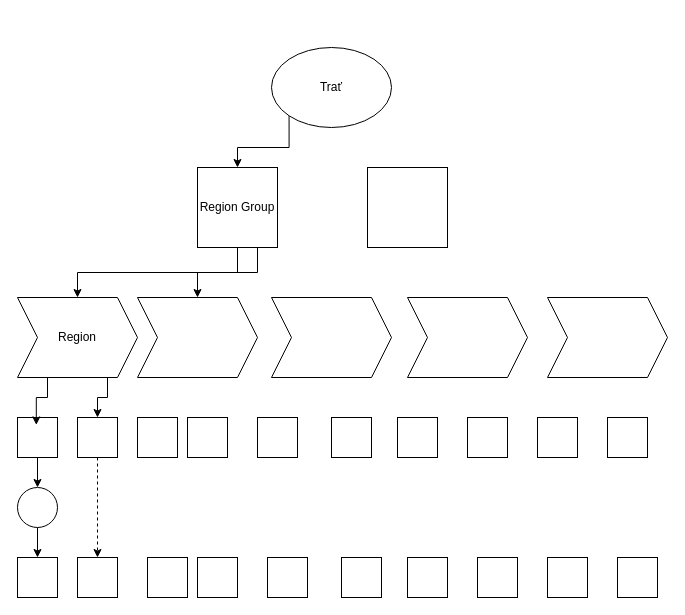
The draw.io diagram ProjectOverview.drawio in Simon-Sak/drawio-diagram-thesis, before the edit. Source tidied: cells renumbered, new cells numbered last; positions are measured from the earlier drawing's top-left corner, leaving out a move shared by most shapes. Both pictures are drawn from the tidied source at 100%, with x=0, y=0 at pixel (17, 47).
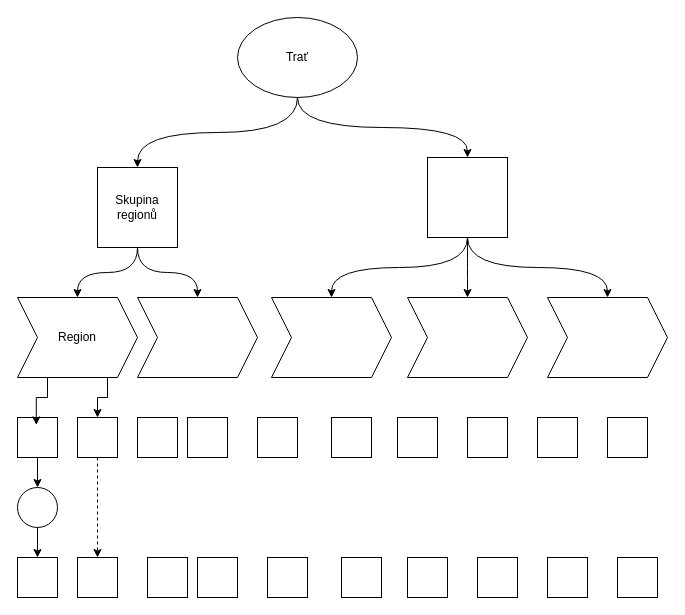
After the change.

Unchanged cells that the change refers to:
```xml
<mxCell id="9" value="Region" style="shape=step;perimeter=stepPerimeter;whiteSpace=wrap;html=1;fixedSize=1;" parent="1" vertex="1">
  <mxGeometry y="250" width="120" height="80" as="geometry" />
</mxCell>
<mxCell id="10" style="shape=step;perimeter=stepPerimeter;whiteSpace=wrap;html=1;fixedSize=1;" parent="1" vertex="1">
  <mxGeometry x="120" y="250" width="120" height="80" as="geometry" />
</mxCell>
<mxCell id="11" style="shape=step;perimeter=stepPerimeter;whiteSpace=wrap;html=1;fixedSize=1;" parent="1" vertex="1">
  <mxGeometry x="254" y="250" width="120" height="80" as="geometry" />
</mxCell>
<mxCell id="12" style="shape=step;perimeter=stepPerimeter;whiteSpace=wrap;html=1;fixedSize=1;" parent="1" vertex="1">
  <mxGeometry x="390" y="250" width="120" height="80" as="geometry" />
</mxCell>
<mxCell id="13" style="shape=step;perimeter=stepPerimeter;whiteSpace=wrap;html=1;fixedSize=1;" parent="1" vertex="1">
  <mxGeometry x="530" y="250" width="120" height="80" as="geometry" />
</mxCell>
```

What changed in the source:
```diff
@@
-    <mxCell id="2" style="edgeStyle=orthogonalEdgeStyle;rounded=0;jettySize=auto;html=1;exitX=0;exitY=1;exitDx=0;exitDy=0;entryX=0.5;entryY=0;entryDx=0;entryDy=0;" parent="1" edge="1" source="3" target="6">
+    <mxCell id="2" style="rounded=0;jettySize=auto;html=1;exitX=0.5;exitY=1;exitDx=0;exitDy=0;entryX=0.5;entryY=0;entryDx=0;entryDy=0;edgeStyle=orthogonalEdgeStyle;elbow=vertical;curved=1;" parent="1" edge="1" source="3" target="6">
       <mxGeometry relative="1" as="geometry" />
     </mxCell>
+    <mxCell id="39" style="edgeStyle=orthogonalEdgeStyle;curved=1;rounded=0;jettySize=auto;html=1;exitX=0.5;exitY=1;exitDx=0;exitDy=0;" parent="1" edge="1" source="3" target="7">
+      <mxGeometry relative="1" as="geometry" />
+    </mxCell>
     <mxCell id="3" value="Trať" style="ellipse;whiteSpace=wrap;html=1;" parent="1" vertex="1">
-      <mxGeometry x="254" width="120" height="80" as="geometry" />
+      <mxGeometry x="220" y="-30" width="120" height="80" as="geometry" />
     </mxCell>
-    <mxCell id="4" style="edgeStyle=orthogonalEdgeStyle;rounded=0;jettySize=auto;html=1;exitX=0.5;exitY=1;exitDx=0;exitDy=0;entryX=0.5;entryY=0;entryDx=0;entryDy=0;" parent="1" edge="1" source="6" target="9">
+    <mxCell id="4" style="edgeStyle=orthogonalEdgeStyle;curved=1;rounded=0;jettySize=auto;html=1;exitX=0.5;exitY=1;exitDx=0;exitDy=0;entryX=0.5;entryY=0;entryDx=0;entryDy=0;" parent="1" edge="1" source="6" target="9">
       <mxGeometry relative="1" as="geometry" />
     </mxCell>
-    <mxCell id="5" style="edgeStyle=orthogonalEdgeStyle;rounded=0;jettySize=auto;html=1;exitX=0.75;exitY=1;exitDx=0;exitDy=0;" parent="1" edge="1" source="6" target="10">
+    <mxCell id="5" style="edgeStyle=orthogonalEdgeStyle;curved=1;rounded=0;jettySize=auto;html=1;exitX=0.5;exitY=1;exitDx=0;exitDy=0;entryX=0.5;entryY=0;entryDx=0;entryDy=0;" parent="1" edge="1" source="6" target="10">
       <mxGeometry relative="1" as="geometry" />
     </mxCell>
-    <mxCell id="6" value="Region Group" style="whiteSpace=wrap;html=1;" parent="1" vertex="1">
-      <mxGeometry x="180" y="120" width="80" height="80" as="geometry" />
+    <mxCell id="6" value="Skupina regionů" style="whiteSpace=wrap;html=1;" parent="1" vertex="1">
+      <mxGeometry x="80" y="120" width="80" height="80" as="geometry" />
     </mxCell>
+    <mxCell id="40" style="edgeStyle=orthogonalEdgeStyle;curved=1;rounded=0;jettySize=auto;html=1;exitX=0.5;exitY=1;exitDx=0;exitDy=0;entryX=0.5;entryY=0;entryDx=0;entryDy=0;" parent="1" edge="1" source="7" target="11">
+      <mxGeometry relative="1" as="geometry" />
+    </mxCell>
+    <mxCell id="41" style="edgeStyle=orthogonalEdgeStyle;curved=1;rounded=0;jettySize=auto;html=1;exitX=0.5;exitY=1;exitDx=0;exitDy=0;entryX=0.5;entryY=0;entryDx=0;entryDy=0;" parent="1" edge="1" source="7" target="12">
+      <mxGeometry relative="1" as="geometry" />
+    </mxCell>
+    <mxCell id="42" style="edgeStyle=orthogonalEdgeStyle;curved=1;rounded=0;jettySize=auto;html=1;exitX=0.5;exitY=1;exitDx=0;exitDy=0;entryX=0.5;entryY=0;entryDx=0;entryDy=0;" parent="1" edge="1" source="7" target="13">
+      <mxGeometry relative="1" as="geometry" />
+    </mxCell>
     <mxCell id="7" style="whiteSpace=wrap;html=1;" parent="1" vertex="1">
-      <mxGeometry x="350" y="120" width="80" height="80" as="geometry" />
+      <mxGeometry x="410" y="110" width="80" height="80" as="geometry" />
     </mxCell>
```
